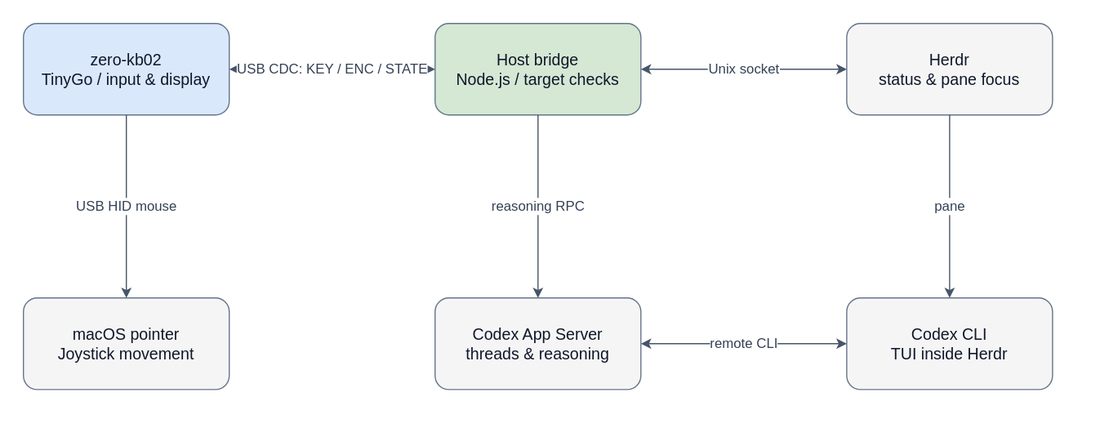
Earlier version of the draw.io export assets/architecture-en.drawio.svg (hoki621/codex-zero-kb02). Source tidied: cells renumbered, new cells last; positions are measured from the earlier drawing's top-left corner, leaving out a move shared by most shapes. Source of this version:
```xml
<mxGraphModel background="#ffffff">
  <root>
    <mxCell id="0" />
    <mxCell id="1" parent="0" />
    <mxCell id="2" value="zero-kb02&#10;TinyGo / input &amp; display" style="rounded=1;whiteSpace=wrap;html=1;fillColor=#dae8fc;strokeColor=#64748b;fontColor=#0f172a;fontSize=14;" parent="1" vertex="1">
      <mxGeometry width="180" height="80" as="geometry" />
    </mxCell>
    <mxCell id="3" value="Host bridge&#10;Node.js / target checks" style="rounded=1;whiteSpace=wrap;html=1;fillColor=#d5e8d4;strokeColor=#64748b;fontColor=#0f172a;fontSize=14;" parent="1" vertex="1">
      <mxGeometry x="360" width="180" height="80" as="geometry" />
    </mxCell>
    <mxCell id="4" value="Herdr&#10;status &amp; pane focus" style="rounded=1;whiteSpace=wrap;html=1;fillColor=#f5f5f5;strokeColor=#64748b;fontColor=#0f172a;fontSize=14;" parent="1" vertex="1">
      <mxGeometry x="720" width="180" height="80" as="geometry" />
    </mxCell>
    <mxCell id="5" value="macOS pointer&#10;Joystick movement" style="rounded=1;whiteSpace=wrap;html=1;fillColor=#f5f5f5;strokeColor=#64748b;fontColor=#0f172a;fontSize=14;" parent="1" vertex="1">
      <mxGeometry y="240" width="180" height="80" as="geometry" />
    </mxCell>
    <mxCell id="6" value="Codex App Server&#10;threads &amp; reasoning" style="rounded=1;whiteSpace=wrap;html=1;fillColor=#f5f5f5;strokeColor=#64748b;fontColor=#0f172a;fontSize=14;" parent="1" vertex="1">
      <mxGeometry x="360" y="240" width="180" height="80" as="geometry" />
    </mxCell>
    <mxCell id="7" value="Codex CLI&#10;TUI inside Herdr" style="rounded=1;whiteSpace=wrap;html=1;fillColor=#f5f5f5;strokeColor=#64748b;fontColor=#0f172a;fontSize=14;" parent="1" vertex="1">
      <mxGeometry x="720" y="240" width="180" height="80" as="geometry" />
    </mxCell>
    <mxCell id="8" value="USB CDC: KEY / ENC / STATE" style="edgeStyle=orthogonalEdgeStyle;rounded=1;html=1;endArrow=classic;strokeColor=#475569;fontColor=#334155;fontSize=12;labelBackgroundColor=#ffffff;startArrow=classic;" parent="1" edge="1" source="2" target="3">
      <mxGeometry relative="1" as="geometry" />
    </mxCell>
    <mxCell id="9" value="Unix socket" style="edgeStyle=orthogonalEdgeStyle;rounded=1;html=1;endArrow=classic;strokeColor=#475569;fontColor=#334155;fontSize=12;labelBackgroundColor=#ffffff;startArrow=classic;" parent="1" edge="1" source="3" target="4">
      <mxGeometry relative="1" as="geometry" />
    </mxCell>
    <mxCell id="10" value="reasoning RPC" style="edgeStyle=orthogonalEdgeStyle;rounded=1;html=1;endArrow=classic;strokeColor=#475569;fontColor=#334155;fontSize=12;labelBackgroundColor=#ffffff;" parent="1" edge="1" source="3" target="6">
      <mxGeometry relative="1" as="geometry" />
    </mxCell>
    <mxCell id="11" value="remote CLI" style="edgeStyle=orthogonalEdgeStyle;rounded=1;html=1;endArrow=classic;strokeColor=#475569;fontColor=#334155;fontSize=12;labelBackgroundColor=#ffffff;startArrow=classic;" parent="1" edge="1" source="7" target="6">
      <mxGeometry relative="1" as="geometry" />
    </mxCell>
    <mxCell id="12" value="pane" style="edgeStyle=orthogonalEdgeStyle;rounded=1;html=1;endArrow=classic;strokeColor=#475569;fontColor=#334155;fontSize=12;labelBackgroundColor=#ffffff;" parent="1" edge="1" source="4" target="7">
      <mxGeometry relative="1" as="geometry" />
    </mxCell>
    <mxCell id="13" value="USB HID mouse" style="edgeStyle=orthogonalEdgeStyle;rounded=1;html=1;endArrow=classic;strokeColor=#475569;fontColor=#334155;fontSize=12;labelBackgroundColor=#ffffff;" parent="1" edge="1" source="2" target="5">
      <mxGeometry relative="1" as="geometry" />
    </mxCell>
  </root>
</mxGraphModel>
```
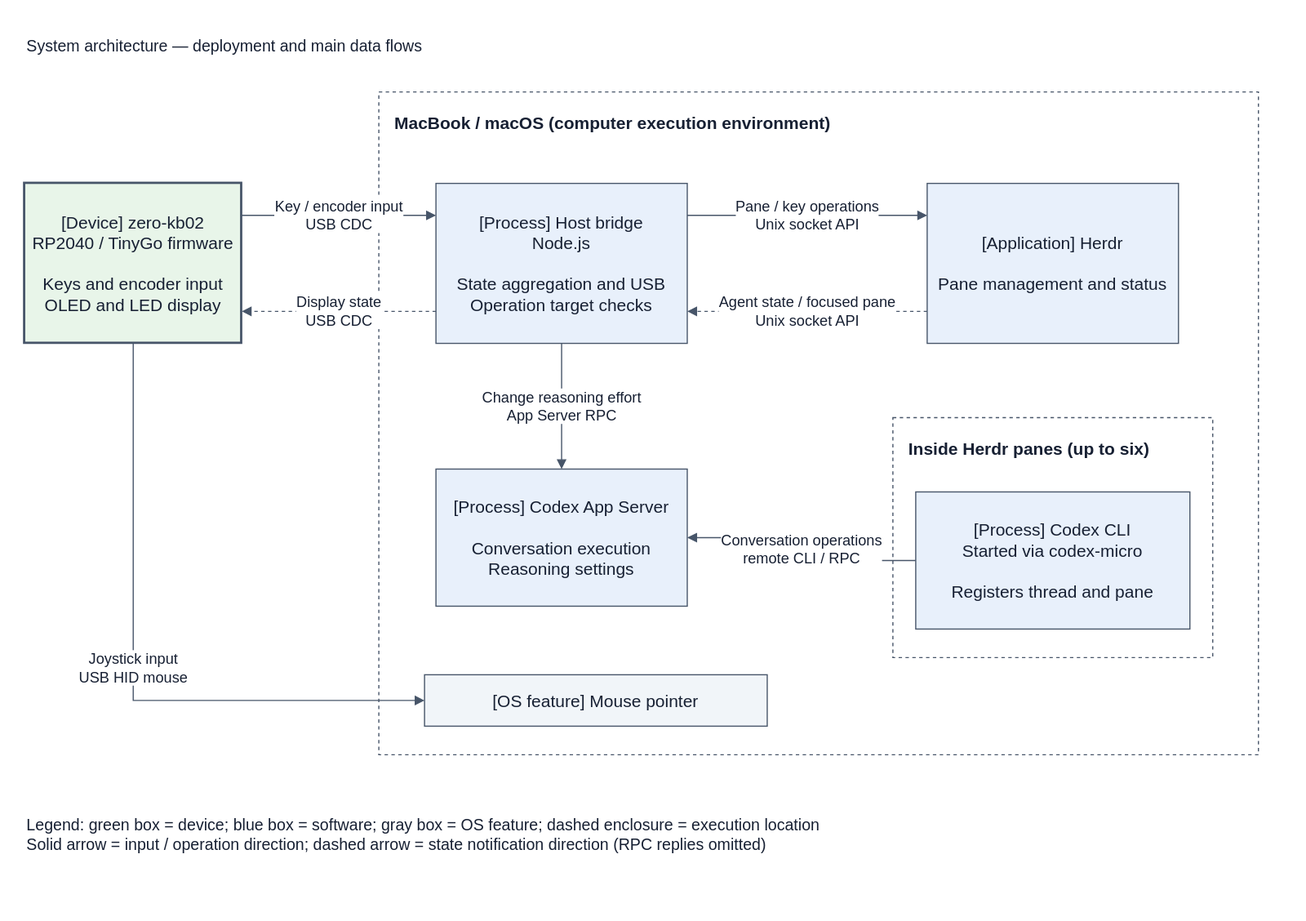
After the change.

Commit message:
Clarify deployment flows and remove TMPDIR startup workaround

What changed in the source:
```diff
@@ -2,41 +2,56 @@
   <root>
     <mxCell id="0" />
     <mxCell id="1" parent="0" />
-    <mxCell id="2" value="zero-kb02&#10;TinyGo / input &amp; display" style="rounded=1;whiteSpace=wrap;html=1;fillColor=#dae8fc;strokeColor=#64748b;fontColor=#0f172a;fontSize=14;" parent="1" vertex="1">
-      <mxGeometry width="180" height="80" as="geometry" />
-    </mxCell>
+    <mxCell id="14" value="System architecture — deployment and main data flows" style="text;html=1;whiteSpace=wrap;fontSize=14;align=left;verticalAlign=middle;fontColor=#172033;" parent="1" vertex="1">
+      <mxGeometry y="-140" width="1060" height="40" as="geometry" />
+    </mxCell>
+    <mxCell id="15" value="MacBook / macOS (computer execution environment)" style="rounded=0;whiteSpace=wrap;html=1;fontSize=15;fontColor=#172033;strokeColor=#475569;fillColor=#e8f0fb;fillColor=none;dashed=1;verticalAlign=top;align=left;spacingTop=12;spacingLeft=12;fontStyle=1;" parent="1" vertex="1">
+      <mxGeometry x="310" y="-80" width="770" height="580" as="geometry" />
+    </mxCell>
-    <mxCell id="3" value="Host bridge&#10;Node.js / target checks" style="rounded=1;whiteSpace=wrap;html=1;fillColor=#d5e8d4;strokeColor=#64748b;fontColor=#0f172a;fontSize=14;" parent="1" vertex="1">
-      <mxGeometry x="360" width="180" height="80" as="geometry" />
+    <mxCell id="3" value="[Process] Host bridge&lt;br&gt;Node.js&lt;br&gt;&lt;br&gt;State aggregation and USB&lt;br&gt;Operation target checks" style="rounded=0;whiteSpace=wrap;html=1;fontSize=15;fontColor=#172033;strokeColor=#475569;fillColor=#e8f0fb;" parent="15" vertex="1">
+      <mxGeometry x="50" y="80" width="220" height="140" as="geometry" />
     </mxCell>
-    <mxCell id="4" value="Herdr&#10;status &amp; pane focus" style="rounded=1;whiteSpace=wrap;html=1;fillColor=#f5f5f5;strokeColor=#64748b;fontColor=#0f172a;fontSize=14;" parent="1" vertex="1">
-      <mxGeometry x="720" width="180" height="80" as="geometry" />
+    <mxCell id="4" value="[Application] Herdr&lt;br&gt;&lt;br&gt;Pane management and status" style="rounded=0;whiteSpace=wrap;html=1;fontSize=15;fontColor=#172033;strokeColor=#475569;fillColor=#e8f0fb;" parent="15" vertex="1">
+      <mxGeometry x="480" y="80" width="220" height="140" as="geometry" />
     </mxCell>
+    <mxCell id="6" value="[Process] Codex App Server&lt;br&gt;&lt;br&gt;Conversation execution&lt;br&gt;Reasoning settings" style="rounded=0;whiteSpace=wrap;html=1;fontSize=15;fontColor=#172033;strokeColor=#475569;fillColor=#e8f0fb;" parent="15" vertex="1">
+      <mxGeometry x="50" y="330" width="220" height="120" as="geometry" />
+    </mxCell>
+    <mxCell id="16" value="Inside Herdr panes (up to six)" style="rounded=0;whiteSpace=wrap;html=1;fontSize=15;fontColor=#172033;strokeColor=#475569;fillColor=#e8f0fb;fillColor=none;dashed=1;verticalAlign=top;align=left;spacingTop=12;spacingLeft=12;fontStyle=1;" parent="15" vertex="1">
+      <mxGeometry x="450" y="285" width="280" height="210" as="geometry" />
+    </mxCell>
+    <mxCell id="7" value="[Process] Codex CLI&lt;br&gt;Started via codex-micro&lt;br&gt;&lt;br&gt;Registers thread and pane" style="rounded=0;whiteSpace=wrap;html=1;fontSize=15;fontColor=#172033;strokeColor=#475569;fillColor=#e8f0fb;" parent="16" vertex="1">
+      <mxGeometry x="20" y="65" width="240" height="120" as="geometry" />
+    </mxCell>
-    <mxCell id="5" value="macOS pointer&#10;Joystick movement" style="rounded=1;whiteSpace=wrap;html=1;fillColor=#f5f5f5;strokeColor=#64748b;fontColor=#0f172a;fontSize=14;" parent="1" vertex="1">
-      <mxGeometry y="240" width="180" height="80" as="geometry" />
+    <mxCell id="5" value="[OS feature] Mouse pointer" style="rounded=0;whiteSpace=wrap;html=1;fontSize=15;fontColor=#172033;strokeColor=#475569;fillColor=#e8f0fb;fillColor=#f1f5f9;" parent="15" vertex="1">
+      <mxGeometry x="40" y="510" width="300" height="45" as="geometry" />
     </mxCell>
-    <mxCell id="6" value="Codex App Server&#10;threads &amp; reasoning" style="rounded=1;whiteSpace=wrap;html=1;fillColor=#f5f5f5;strokeColor=#64748b;fontColor=#0f172a;fontSize=14;" parent="1" vertex="1">
-      <mxGeometry x="360" y="240" width="180" height="80" as="geometry" />
-    </mxCell>
-    <mxCell id="7" value="Codex CLI&#10;TUI inside Herdr" style="rounded=1;whiteSpace=wrap;html=1;fillColor=#f5f5f5;strokeColor=#64748b;fontColor=#0f172a;fontSize=14;" parent="1" vertex="1">
-      <mxGeometry x="720" y="240" width="180" height="80" as="geometry" />
-    </mxCell>
-    <mxCell id="8" value="USB CDC: KEY / ENC / STATE" style="edgeStyle=orthogonalEdgeStyle;rounded=1;html=1;endArrow=classic;strokeColor=#475569;fontColor=#334155;fontSize=12;labelBackgroundColor=#ffffff;startArrow=classic;" parent="1" edge="1" source="2" target="3">
-      <mxGeometry relative="1" as="geometry" />
-    </mxCell>
-    <mxCell id="9" value="Unix socket" style="edgeStyle=orthogonalEdgeStyle;rounded=1;html=1;endArrow=classic;strokeColor=#475569;fontColor=#334155;fontSize=12;labelBackgroundColor=#ffffff;startArrow=classic;" parent="1" edge="1" source="3" target="4">
+    <mxCell id="9" value="Pane / key operations&lt;br&gt;Unix socket API" style="edgeStyle=orthogonalEdgeStyle;rounded=0;html=1;endArrow=block;endFill=1;strokeColor=#475569;fontColor=#172033;fontSize=13;labelBackgroundColor=#ffffff;exitX=1;exitY=0.2;entryX=0;entryY=0.2;" parent="15" edge="1" source="3" target="4">
       <mxGeometry relative="1" as="geometry" />
     </mxCell>
+    <mxCell id="17" value="Agent state / focused pane&lt;br&gt;Unix socket API" style="edgeStyle=orthogonalEdgeStyle;rounded=0;html=1;endArrow=block;endFill=1;strokeColor=#475569;fontColor=#172033;fontSize=13;labelBackgroundColor=#ffffff;exitX=0;exitY=0.8;entryX=1;entryY=0.8;dashed=1;" parent="15" edge="1" source="4" target="3">
+      <mxGeometry relative="1" as="geometry" />
+    </mxCell>
-    <mxCell id="10" value="reasoning RPC" style="edgeStyle=orthogonalEdgeStyle;rounded=1;html=1;endArrow=classic;strokeColor=#475569;fontColor=#334155;fontSize=12;labelBackgroundColor=#ffffff;" parent="1" edge="1" source="3" target="6">
+    <mxCell id="10" value="Change reasoning effort&lt;br&gt;App Server RPC" style="edgeStyle=orthogonalEdgeStyle;rounded=0;html=1;endArrow=block;endFill=1;strokeColor=#475569;fontColor=#172033;fontSize=13;labelBackgroundColor=#ffffff;" parent="15" edge="1" source="3" target="6">
       <mxGeometry relative="1" as="geometry" />
     </mxCell>
-    <mxCell id="11" value="remote CLI" style="edgeStyle=orthogonalEdgeStyle;rounded=1;html=1;endArrow=classic;strokeColor=#475569;fontColor=#334155;fontSize=12;labelBackgroundColor=#ffffff;startArrow=classic;" parent="1" edge="1" source="7" target="6">
+    <mxCell id="11" value="Conversation operations&lt;br&gt;remote CLI / RPC" style="edgeStyle=orthogonalEdgeStyle;rounded=0;html=1;endArrow=block;endFill=1;strokeColor=#475569;fontColor=#172033;fontSize=13;labelBackgroundColor=#ffffff;" parent="15" edge="1" source="7" target="6">
       <mxGeometry relative="1" as="geometry" />
     </mxCell>
-    <mxCell id="12" value="pane" style="edgeStyle=orthogonalEdgeStyle;rounded=1;html=1;endArrow=classic;strokeColor=#475569;fontColor=#334155;fontSize=12;labelBackgroundColor=#ffffff;" parent="1" edge="1" source="4" target="7">
-      <mxGeometry relative="1" as="geometry" />
-    </mxCell>
+    <mxCell id="2" value="[Device] zero-kb02&lt;br&gt;RP2040 / TinyGo firmware&lt;br&gt;&lt;br&gt;Keys and encoder input&lt;br&gt;OLED and LED display" style="rounded=0;whiteSpace=wrap;html=1;fontSize=15;fontColor=#172033;strokeColor=#475569;fillColor=#e8f0fb;fillColor=#e8f5e9;strokeWidth=2;" parent="1" vertex="1">
+      <mxGeometry width="190" height="140" as="geometry" />
+    </mxCell>
+    <mxCell id="8" value="Key / encoder input&lt;br&gt;USB CDC" style="edgeStyle=orthogonalEdgeStyle;rounded=0;html=1;endArrow=block;endFill=1;strokeColor=#475569;fontColor=#172033;fontSize=13;labelBackgroundColor=#ffffff;exitX=1;exitY=0.2;entryX=0;entryY=0.2;" parent="1" edge="1" source="2" target="3">
+      <mxGeometry relative="1" as="geometry" />
+    </mxCell>
+    <mxCell id="18" value="Display state&lt;br&gt;USB CDC" style="edgeStyle=orthogonalEdgeStyle;rounded=0;html=1;endArrow=block;endFill=1;strokeColor=#475569;fontColor=#172033;fontSize=13;labelBackgroundColor=#ffffff;exitX=0;exitY=0.8;entryX=1;entryY=0.8;dashed=1;" parent="1" edge="1" source="3" target="2">
+      <mxGeometry relative="1" as="geometry" />
+    </mxCell>
-    <mxCell id="13" value="USB HID mouse" style="edgeStyle=orthogonalEdgeStyle;rounded=1;html=1;endArrow=classic;strokeColor=#475569;fontColor=#334155;fontSize=12;labelBackgroundColor=#ffffff;" parent="1" edge="1" source="2" target="5">
+    <mxCell id="13" value="Joystick input&lt;br&gt;USB HID mouse" style="edgeStyle=orthogonalEdgeStyle;rounded=0;html=1;endArrow=block;endFill=1;strokeColor=#475569;fontColor=#172033;fontSize=13;labelBackgroundColor=#ffffff;exitX=0.5;exitY=1;entryX=0;entryY=0.5;" parent="1" edge="1" source="2" target="5">
       <mxGeometry relative="1" as="geometry" />
     </mxCell>
+    <mxCell id="19" value="Legend: green box = device; blue box = software; gray box = OS feature; dashed enclosure = execution location&lt;br&gt;Solid arrow = input / operation direction; dashed arrow = state notification direction (RPC replies omitted)" style="text;html=1;whiteSpace=wrap;fontSize=14;align=left;verticalAlign=middle;fontColor=#172033;" parent="1" vertex="1">
+      <mxGeometry y="535" width="1080" height="70" as="geometry" />
+    </mxCell>
   </root>
 </mxGraphModel>
```
